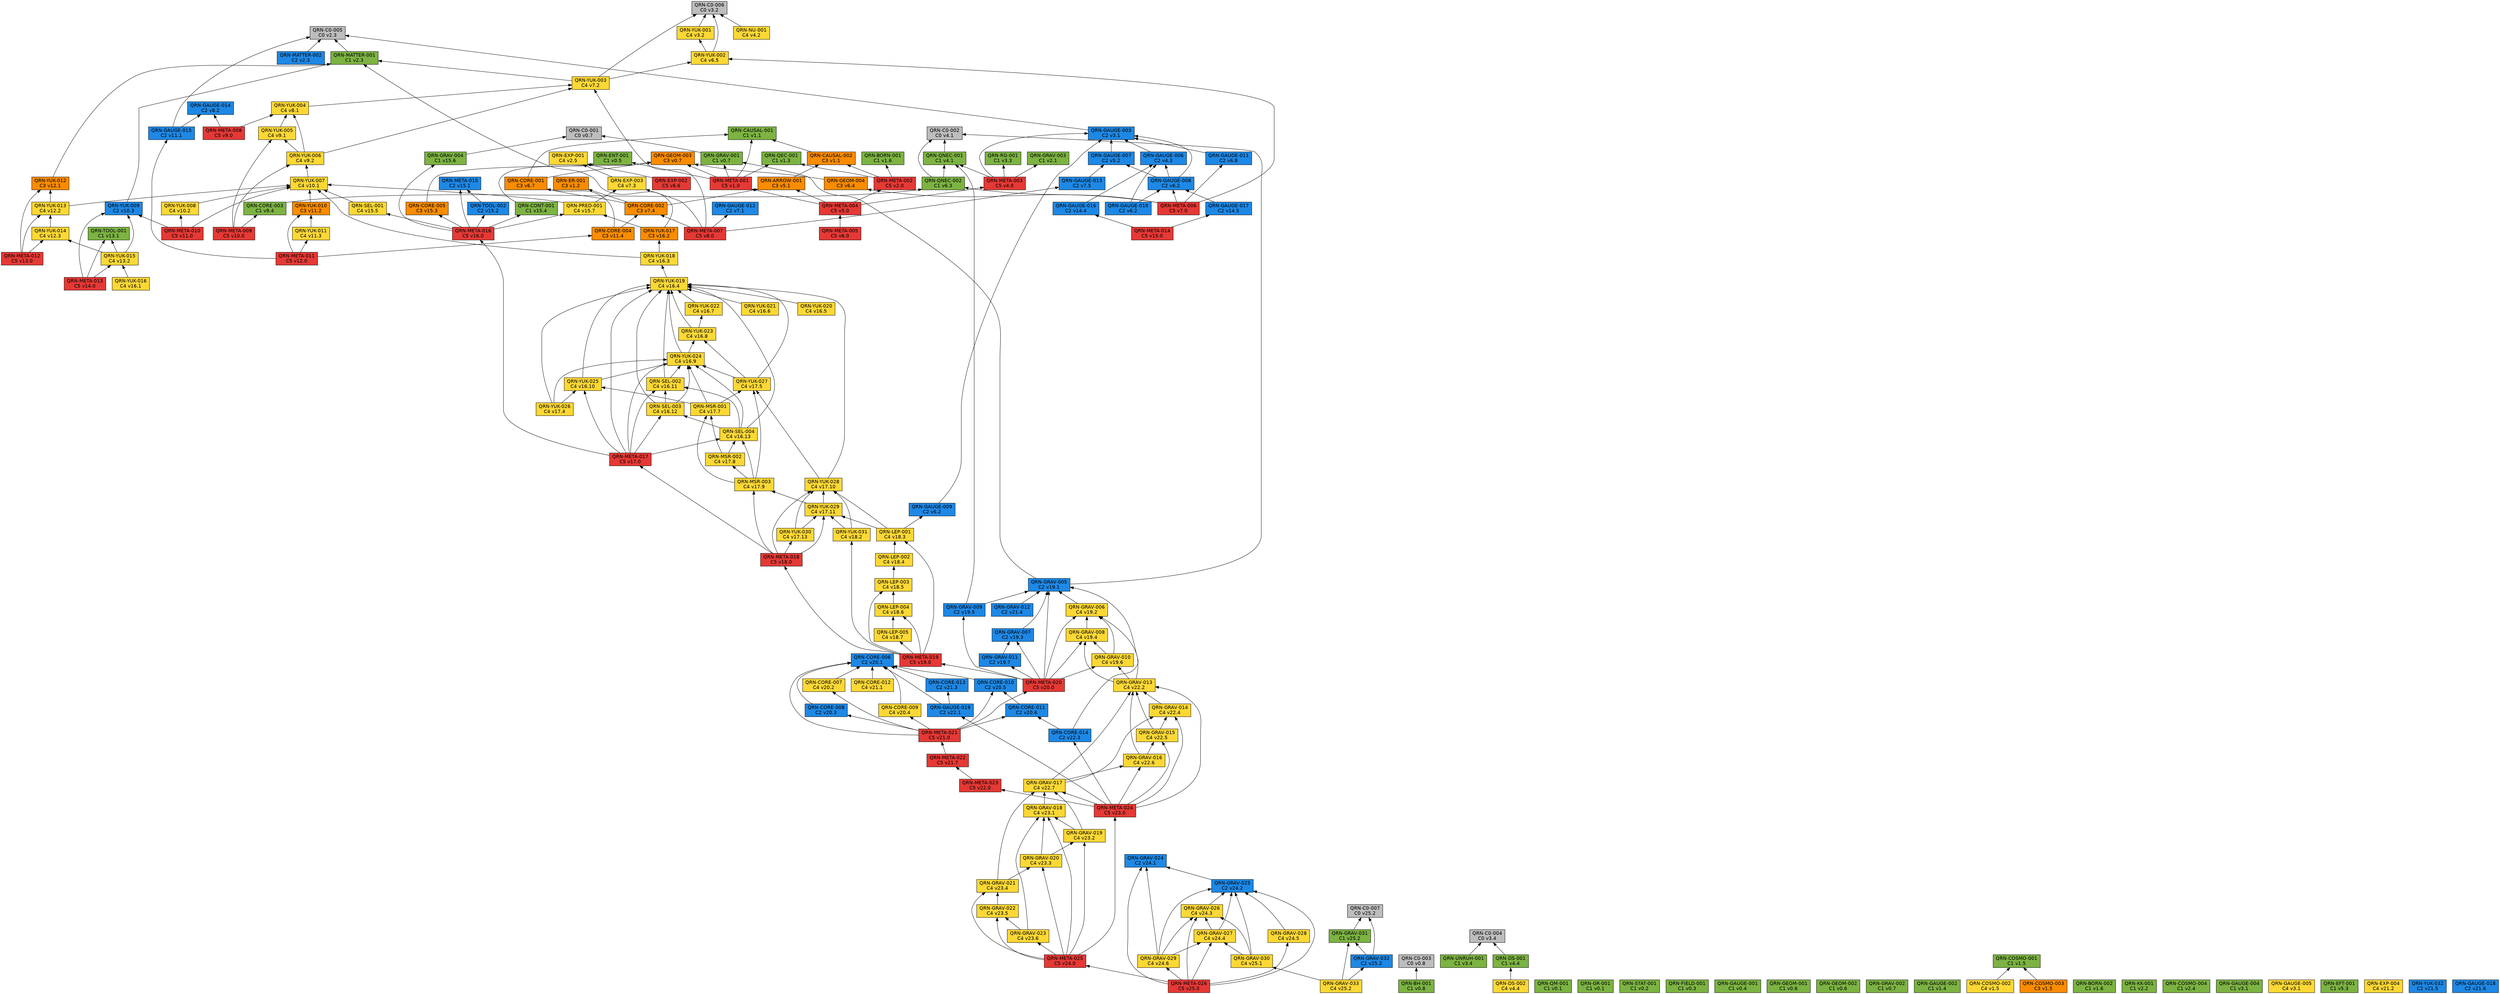
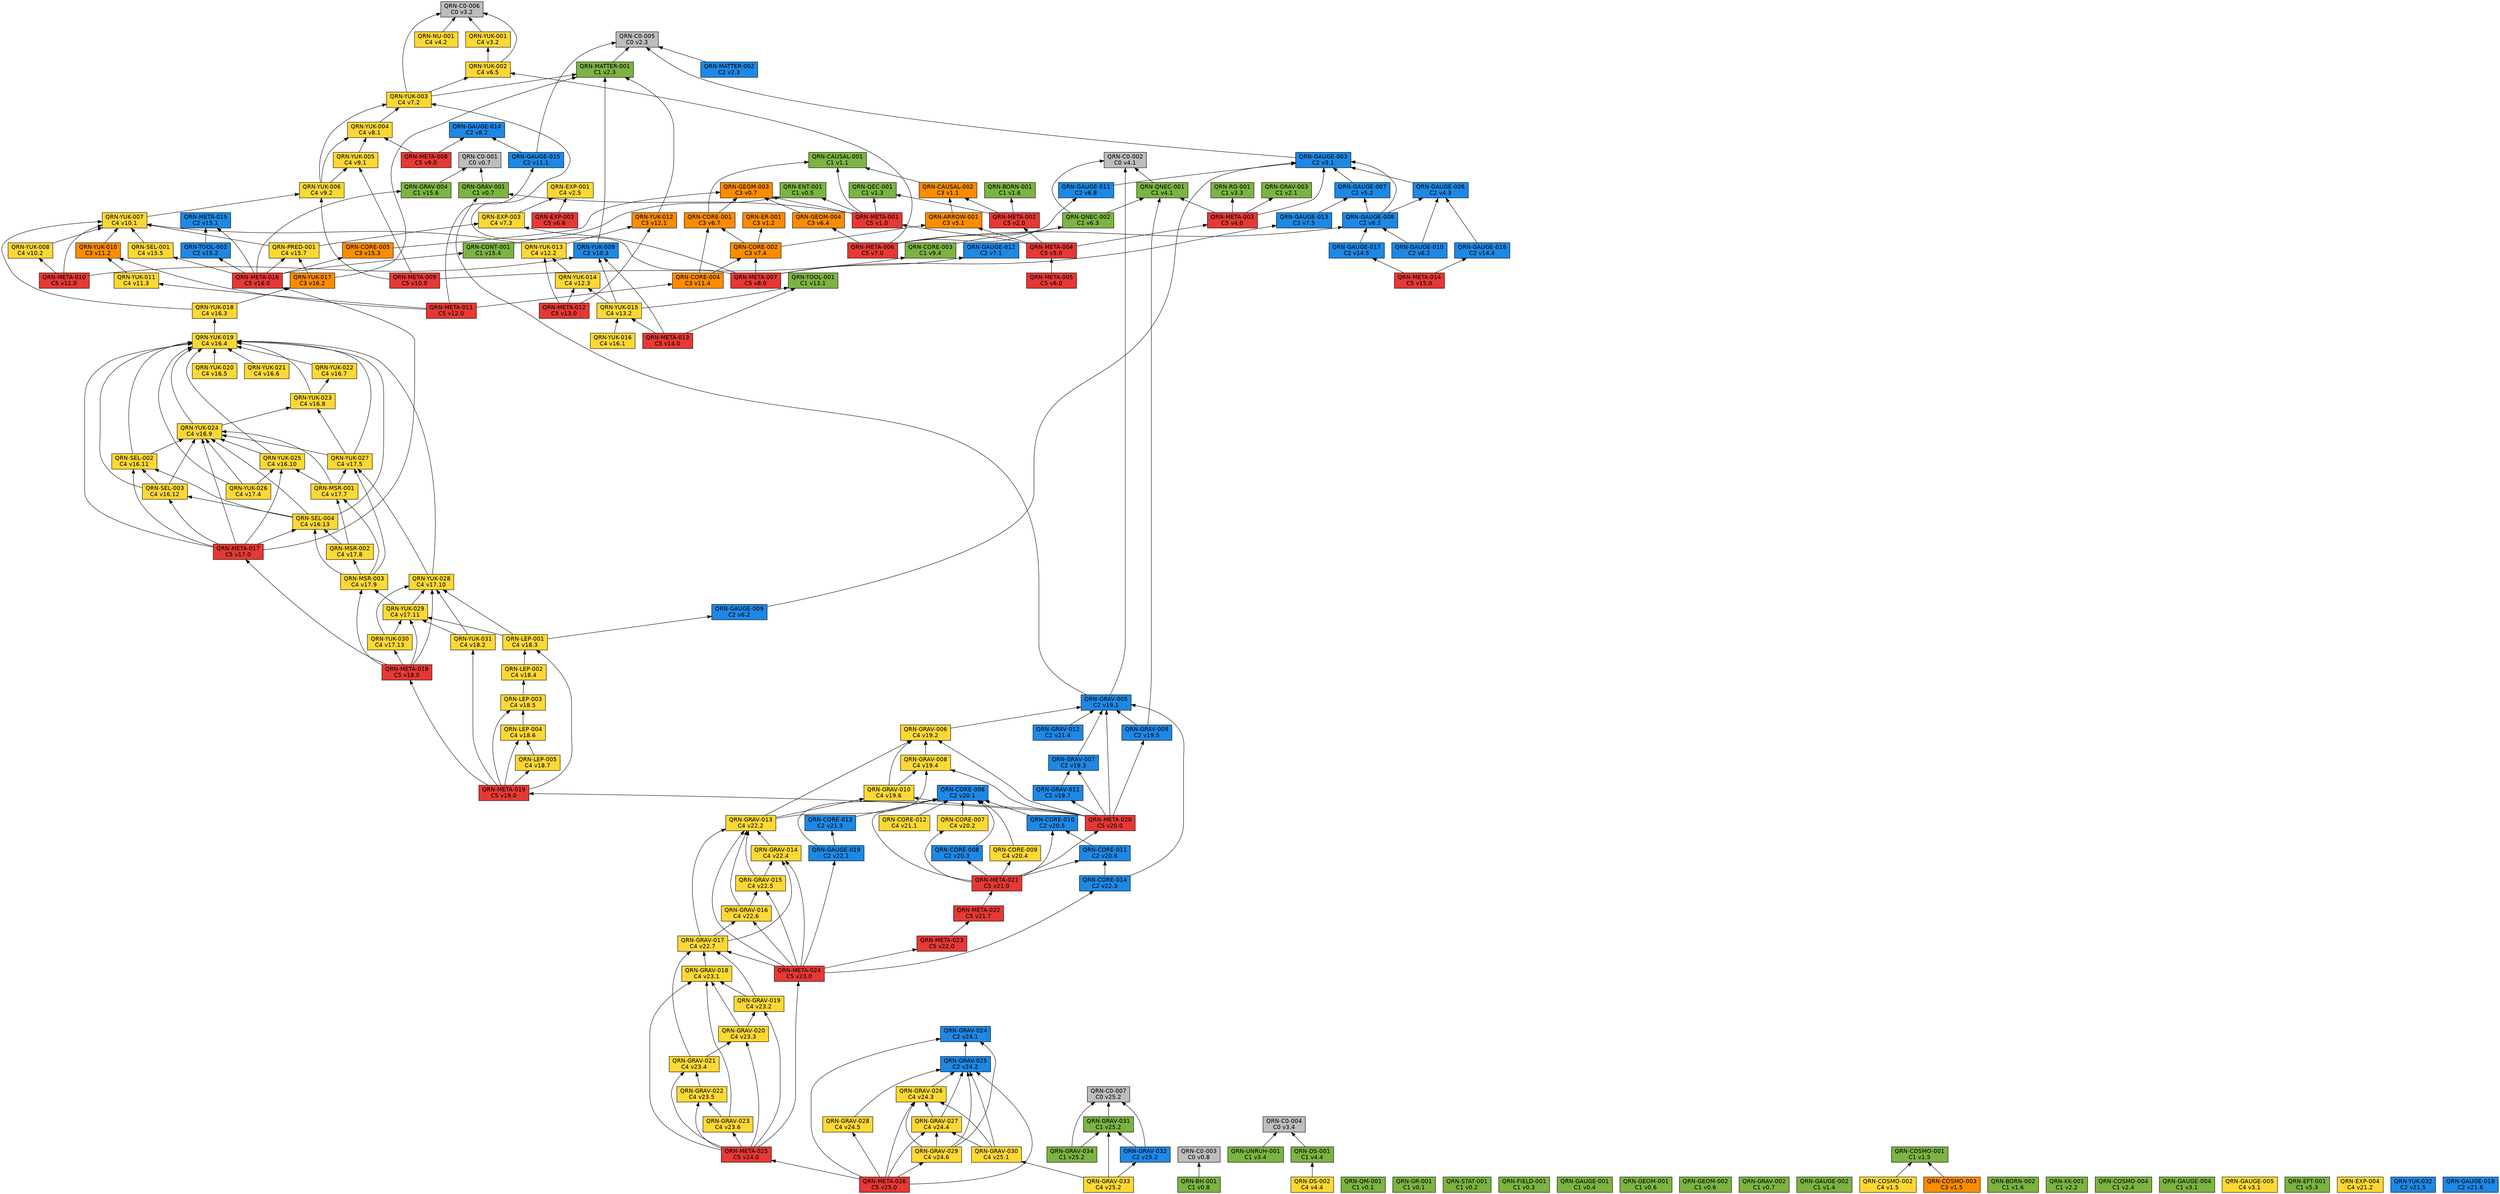
// 自動生成 (dag/report.pl) — QRN 主張依存グラフ
digraph qrn {
  rankdir=BT;
  node [shape=box, style=filled, fontname="Helvetica"];
  "QRN-C0-001" [fillcolor="#bdbdbd", label="QRN-C0-001\nC0 v0.7"];
  "QRN-C0-002" [fillcolor="#bdbdbd", label="QRN-C0-002\nC0 v4.1"];
  "QRN-C0-003" [fillcolor="#bdbdbd", label="QRN-C0-003\nC0 v0.8"];
  "QRN-C0-004" [fillcolor="#bdbdbd", label="QRN-C0-004\nC0 v3.4"];
  "QRN-C0-005" [fillcolor="#bdbdbd", label="QRN-C0-005\nC0 v2.3"];
  "QRN-C0-006" [fillcolor="#bdbdbd", label="QRN-C0-006\nC0 v3.2"];
  "QRN-QM-001" [fillcolor="#7cb342", label="QRN-QM-001\nC1 v0.1"];
  "QRN-GR-001" [fillcolor="#7cb342", label="QRN-GR-001\nC1 v0.1"];
  "QRN-STAT-001" [fillcolor="#7cb342", label="QRN-STAT-001\nC1 v0.2"];
  "QRN-FIELD-001" [fillcolor="#7cb342", label="QRN-FIELD-001\nC1 v0.3"];
  "QRN-GAUGE-001" [fillcolor="#7cb342", label="QRN-GAUGE-001\nC1 v0.4"];
  "QRN-ENT-001" [fillcolor="#7cb342", label="QRN-ENT-001\nC1 v0.5"];
  "QRN-GEOM-001" [fillcolor="#7cb342", label="QRN-GEOM-001\nC1 v0.6"];
  "QRN-GEOM-002" [fillcolor="#7cb342", label="QRN-GEOM-002\nC1 v0.6"];
  "QRN-GEOM-003" [fillcolor="#fb8c00", label="QRN-GEOM-003\nC3 v0.7"];
  "QRN-GRAV-001" [fillcolor="#7cb342", label="QRN-GRAV-001\nC1 v0.7"];
  "QRN-GRAV-002" [fillcolor="#7cb342", label="QRN-GRAV-002\nC1 v0.7"];
  "QRN-BH-001" [fillcolor="#7cb342", label="QRN-BH-001\nC1 v0.8"];
  "QRN-CAUSAL-001" [fillcolor="#7cb342", label="QRN-CAUSAL-001\nC1 v1.1"];
  "QRN-CAUSAL-002" [fillcolor="#fb8c00", label="QRN-CAUSAL-002\nC3 v1.1"];
  "QRN-ER-001" [fillcolor="#fb8c00", label="QRN-ER-001\nC3 v1.2"];
  "QRN-QEC-001" [fillcolor="#7cb342", label="QRN-QEC-001\nC1 v1.3"];
  "QRN-GAUGE-002" [fillcolor="#7cb342", label="QRN-GAUGE-002\nC1 v1.4"];
  "QRN-COSMO-001" [fillcolor="#7cb342", label="QRN-COSMO-001\nC1 v1.5"];
  "QRN-COSMO-002" [fillcolor="#fdd835", label="QRN-COSMO-002\nC4 v1.5"];
  "QRN-COSMO-003" [fillcolor="#fb8c00", label="QRN-COSMO-003\nC3 v1.5"];
  "QRN-BORN-001" [fillcolor="#7cb342", label="QRN-BORN-001\nC1 v1.6"];
  "QRN-BORN-002" [fillcolor="#7cb342", label="QRN-BORN-002\nC1 v1.6"];
  "QRN-GRAV-003" [fillcolor="#7cb342", label="QRN-GRAV-003\nC1 v2.1"];
  "QRN-KK-001" [fillcolor="#7cb342", label="QRN-KK-001\nC1 v2.2"];
  "QRN-MATTER-001" [fillcolor="#7cb342", label="QRN-MATTER-001\nC1 v2.3"];
  "QRN-MATTER-002" [fillcolor="#1e88e5", label="QRN-MATTER-002\nC2 v2.3"];
  "QRN-COSMO-004" [fillcolor="#7cb342", label="QRN-COSMO-004\nC1 v2.4"];
  "QRN-EXP-001" [fillcolor="#fdd835", label="QRN-EXP-001\nC4 v2.5"];
  "QRN-GAUGE-003" [fillcolor="#1e88e5", label="QRN-GAUGE-003\nC2 v3.1"];
  "QRN-GAUGE-004" [fillcolor="#7cb342", label="QRN-GAUGE-004\nC1 v3.1"];
  "QRN-GAUGE-005" [fillcolor="#fdd835", label="QRN-GAUGE-005\nC4 v3.1"];
  "QRN-YUK-001" [fillcolor="#fdd835", label="QRN-YUK-001\nC4 v3.2"];
  "QRN-RG-001" [fillcolor="#7cb342", label="QRN-RG-001\nC1 v3.3"];
  "QRN-UNRUH-001" [fillcolor="#7cb342", label="QRN-UNRUH-001\nC1 v3.4"];
  "QRN-QNEC-001" [fillcolor="#7cb342", label="QRN-QNEC-001\nC1 v4.1"];
  "QRN-NU-001" [fillcolor="#fdd835", label="QRN-NU-001\nC4 v4.2"];
  "QRN-GAUGE-006" [fillcolor="#1e88e5", label="QRN-GAUGE-006\nC2 v4.3"];
  "QRN-DS-001" [fillcolor="#7cb342", label="QRN-DS-001\nC1 v4.4"];
  "QRN-DS-002" [fillcolor="#fdd835", label="QRN-DS-002\nC4 v4.4"];
  "QRN-ARROW-001" [fillcolor="#fb8c00", label="QRN-ARROW-001\nC3 v5.1"];
  "QRN-GAUGE-007" [fillcolor="#1e88e5", label="QRN-GAUGE-007\nC2 v5.2"];
  "QRN-EFT-001" [fillcolor="#7cb342", label="QRN-EFT-001\nC1 v5.3"];
  "QRN-GAUGE-008" [fillcolor="#1e88e5", label="QRN-GAUGE-008\nC2 v6.2"];
  "QRN-GAUGE-009" [fillcolor="#1e88e5", label="QRN-GAUGE-009\nC2 v6.2"];
  "QRN-GAUGE-010" [fillcolor="#1e88e5", label="QRN-GAUGE-010\nC2 v6.2"];
  "QRN-QNEC-002" [fillcolor="#7cb342", label="QRN-QNEC-002\nC1 v6.3"];
  "QRN-GEOM-004" [fillcolor="#fb8c00", label="QRN-GEOM-004\nC3 v6.4"];
  "QRN-YUK-002" [fillcolor="#fdd835", label="QRN-YUK-002\nC4 v6.5"];
  "QRN-EXP-002" [fillcolor="#e53935", label="QRN-EXP-002\nC5 v6.6"];
  "QRN-CORE-001" [fillcolor="#fb8c00", label="QRN-CORE-001\nC3 v6.7"];
  "QRN-GAUGE-011" [fillcolor="#1e88e5", label="QRN-GAUGE-011\nC2 v6.8"];
  "QRN-GAUGE-012" [fillcolor="#1e88e5", label="QRN-GAUGE-012\nC2 v7.1"];
  "QRN-YUK-003" [fillcolor="#fdd835", label="QRN-YUK-003\nC4 v7.2"];
  "QRN-EXP-003" [fillcolor="#fdd835", label="QRN-EXP-003\nC4 v7.3"];
  "QRN-CORE-002" [fillcolor="#fb8c00", label="QRN-CORE-002\nC3 v7.4"];
  "QRN-GAUGE-013" [fillcolor="#1e88e5", label="QRN-GAUGE-013\nC2 v7.5"];
  "QRN-YUK-004" [fillcolor="#fdd835", label="QRN-YUK-004\nC4 v8.1"];
  "QRN-GAUGE-014" [fillcolor="#1e88e5", label="QRN-GAUGE-014\nC2 v8.2"];
  "QRN-META-001" [fillcolor="#e53935", label="QRN-META-001\nC5 v1.0"];
  "QRN-META-002" [fillcolor="#e53935", label="QRN-META-002\nC5 v2.0"];
  "QRN-META-003" [fillcolor="#e53935", label="QRN-META-003\nC5 v4.0"];
  "QRN-META-004" [fillcolor="#e53935", label="QRN-META-004\nC5 v5.0"];
  "QRN-META-005" [fillcolor="#e53935", label="QRN-META-005\nC5 v6.0"];
  "QRN-META-006" [fillcolor="#e53935", label="QRN-META-006\nC5 v7.0"];
  "QRN-META-007" [fillcolor="#e53935", label="QRN-META-007\nC5 v8.0"];
  "QRN-META-008" [fillcolor="#e53935", label="QRN-META-008\nC5 v9.0"];
  "QRN-YUK-005" [fillcolor="#fdd835", label="QRN-YUK-005\nC4 v9.1"];
  "QRN-YUK-006" [fillcolor="#fdd835", label="QRN-YUK-006\nC4 v9.2"];
  "QRN-CORE-003" [fillcolor="#7cb342", label="QRN-CORE-003\nC1 v9.4"];
  "QRN-META-009" [fillcolor="#e53935", label="QRN-META-009\nC5 v10.0"];
  "QRN-YUK-007" [fillcolor="#fdd835", label="QRN-YUK-007\nC4 v10.1"];
  "QRN-YUK-008" [fillcolor="#fdd835", label="QRN-YUK-008\nC4 v10.2"];
  "QRN-YUK-009" [fillcolor="#1e88e5", label="QRN-YUK-009\nC2 v10.3"];
  "QRN-META-010" [fillcolor="#e53935", label="QRN-META-010\nC5 v11.0"];
  "QRN-GAUGE-015" [fillcolor="#1e88e5", label="QRN-GAUGE-015\nC2 v11.1"];
  "QRN-YUK-010" [fillcolor="#fb8c00", label="QRN-YUK-010\nC3 v11.2"];
  "QRN-YUK-011" [fillcolor="#fdd835", label="QRN-YUK-011\nC4 v11.3"];
  "QRN-CORE-004" [fillcolor="#fb8c00", label="QRN-CORE-004\nC3 v11.4"];
  "QRN-META-011" [fillcolor="#e53935", label="QRN-META-011\nC5 v12.0"];
  "QRN-YUK-012" [fillcolor="#fb8c00", label="QRN-YUK-012\nC3 v12.1"];
  "QRN-YUK-013" [fillcolor="#fdd835", label="QRN-YUK-013\nC4 v12.2"];
  "QRN-YUK-014" [fillcolor="#fdd835", label="QRN-YUK-014\nC4 v12.3"];
  "QRN-META-012" [fillcolor="#e53935", label="QRN-META-012\nC5 v13.0"];
  "QRN-TOOL-001" [fillcolor="#7cb342", label="QRN-TOOL-001\nC1 v13.1"];
  "QRN-YUK-015" [fillcolor="#fdd835", label="QRN-YUK-015\nC4 v13.2"];
  "QRN-META-013" [fillcolor="#e53935", label="QRN-META-013\nC5 v14.0"];
  "QRN-GAUGE-016" [fillcolor="#1e88e5", label="QRN-GAUGE-016\nC2 v14.4"];
  "QRN-GAUGE-017" [fillcolor="#1e88e5", label="QRN-GAUGE-017\nC2 v14.5"];
  "QRN-META-014" [fillcolor="#e53935", label="QRN-META-014\nC5 v15.0"];
  "QRN-META-015" [fillcolor="#1e88e5", label="QRN-META-015\nC2 v15.1"];
  "QRN-TOOL-002" [fillcolor="#1e88e5", label="QRN-TOOL-002\nC2 v15.2"];
  "QRN-CORE-005" [fillcolor="#fb8c00", label="QRN-CORE-005\nC3 v15.3"];
  "QRN-CONT-001" [fillcolor="#7cb342", label="QRN-CONT-001\nC1 v15.4"];
  "QRN-SEL-001" [fillcolor="#fdd835", label="QRN-SEL-001\nC4 v15.5"];
  "QRN-GRAV-004" [fillcolor="#7cb342", label="QRN-GRAV-004\nC1 v15.6"];
  "QRN-PRED-001" [fillcolor="#fdd835", label="QRN-PRED-001\nC4 v15.7"];
  "QRN-META-016" [fillcolor="#e53935", label="QRN-META-016\nC5 v16.0"];
  "QRN-YUK-016" [fillcolor="#fdd835", label="QRN-YUK-016\nC4 v16.1"];
  "QRN-YUK-017" [fillcolor="#fb8c00", label="QRN-YUK-017\nC3 v16.2"];
  "QRN-YUK-018" [fillcolor="#fdd835", label="QRN-YUK-018\nC4 v16.3"];
  "QRN-YUK-019" [fillcolor="#fdd835", label="QRN-YUK-019\nC4 v16.4"];
  "QRN-YUK-020" [fillcolor="#fdd835", label="QRN-YUK-020\nC4 v16.5"];
  "QRN-YUK-021" [fillcolor="#fdd835", label="QRN-YUK-021\nC4 v16.6"];
  "QRN-YUK-022" [fillcolor="#fdd835", label="QRN-YUK-022\nC4 v16.7"];
  "QRN-YUK-023" [fillcolor="#fdd835", label="QRN-YUK-023\nC4 v16.8"];
  "QRN-YUK-024" [fillcolor="#fdd835", label="QRN-YUK-024\nC4 v16.9"];
  "QRN-YUK-025" [fillcolor="#fdd835", label="QRN-YUK-025\nC4 v16.10"];
  "QRN-SEL-002" [fillcolor="#fdd835", label="QRN-SEL-002\nC4 v16.11"];
  "QRN-SEL-003" [fillcolor="#fdd835", label="QRN-SEL-003\nC4 v16.12"];
  "QRN-SEL-004" [fillcolor="#fdd835", label="QRN-SEL-004\nC4 v16.13"];
  "QRN-META-017" [fillcolor="#e53935", label="QRN-META-017\nC5 v17.0"];
  "QRN-YUK-026" [fillcolor="#fdd835", label="QRN-YUK-026\nC4 v17.4"];
  "QRN-YUK-027" [fillcolor="#fdd835", label="QRN-YUK-027\nC4 v17.5"];
  "QRN-MSR-001" [fillcolor="#fdd835", label="QRN-MSR-001\nC4 v17.7"];
  "QRN-MSR-002" [fillcolor="#fdd835", label="QRN-MSR-002\nC4 v17.8"];
  "QRN-MSR-003" [fillcolor="#fdd835", label="QRN-MSR-003\nC4 v17.9"];
  "QRN-YUK-028" [fillcolor="#fdd835", label="QRN-YUK-028\nC4 v17.10"];
  "QRN-YUK-029" [fillcolor="#fdd835", label="QRN-YUK-029\nC4 v17.11"];
  "QRN-YUK-030" [fillcolor="#fdd835", label="QRN-YUK-030\nC4 v17.13"];
  "QRN-META-018" [fillcolor="#e53935", label="QRN-META-018\nC5 v18.0"];
  "QRN-YUK-031" [fillcolor="#fdd835", label="QRN-YUK-031\nC4 v18.2"];
  "QRN-LEP-001" [fillcolor="#fdd835", label="QRN-LEP-001\nC4 v18.3"];
  "QRN-LEP-002" [fillcolor="#fdd835", label="QRN-LEP-002\nC4 v18.4"];
  "QRN-LEP-003" [fillcolor="#fdd835", label="QRN-LEP-003\nC4 v18.5"];
  "QRN-LEP-004" [fillcolor="#fdd835", label="QRN-LEP-004\nC4 v18.6"];
  "QRN-LEP-005" [fillcolor="#fdd835", label="QRN-LEP-005\nC4 v18.7"];
  "QRN-META-019" [fillcolor="#e53935", label="QRN-META-019\nC5 v19.0"];
  "QRN-GRAV-005" [fillcolor="#1e88e5", label="QRN-GRAV-005\nC2 v19.1"];
  "QRN-GRAV-006" [fillcolor="#fdd835", label="QRN-GRAV-006\nC4 v19.2"];
  "QRN-GRAV-007" [fillcolor="#1e88e5", label="QRN-GRAV-007\nC2 v19.3"];
  "QRN-GRAV-008" [fillcolor="#fdd835", label="QRN-GRAV-008\nC4 v19.4"];
  "QRN-GRAV-009" [fillcolor="#1e88e5", label="QRN-GRAV-009\nC2 v19.5"];
  "QRN-GRAV-010" [fillcolor="#fdd835", label="QRN-GRAV-010\nC4 v19.6"];
  "QRN-GRAV-011" [fillcolor="#1e88e5", label="QRN-GRAV-011\nC2 v19.7"];
  "QRN-META-020" [fillcolor="#e53935", label="QRN-META-020\nC5 v20.0"];
  "QRN-CORE-006" [fillcolor="#1e88e5", label="QRN-CORE-006\nC2 v20.1"];
  "QRN-CORE-007" [fillcolor="#fdd835", label="QRN-CORE-007\nC4 v20.2"];
  "QRN-CORE-008" [fillcolor="#1e88e5", label="QRN-CORE-008\nC2 v20.3"];
  "QRN-CORE-009" [fillcolor="#fdd835", label="QRN-CORE-009\nC4 v20.4"];
  "QRN-CORE-010" [fillcolor="#1e88e5", label="QRN-CORE-010\nC2 v20.5"];
  "QRN-CORE-011" [fillcolor="#1e88e5", label="QRN-CORE-011\nC2 v20.6"];
  "QRN-META-021" [fillcolor="#e53935", label="QRN-META-021\nC5 v21.0"];
  "QRN-CORE-012" [fillcolor="#fdd835", label="QRN-CORE-012\nC4 v21.1"];
  "QRN-EXP-004" [fillcolor="#fdd835", label="QRN-EXP-004\nC4 v21.2"];
  "QRN-CORE-013" [fillcolor="#1e88e5", label="QRN-CORE-013\nC2 v21.3"];
  "QRN-GRAV-012" [fillcolor="#1e88e5", label="QRN-GRAV-012\nC2 v21.4"];
  "QRN-YUK-032" [fillcolor="#1e88e5", label="QRN-YUK-032\nC2 v21.5"];
  "QRN-GAUGE-018" [fillcolor="#1e88e5", label="QRN-GAUGE-018\nC2 v21.6"];
  "QRN-META-022" [fillcolor="#e53935", label="QRN-META-022\nC5 v21.7"];
  "QRN-META-023" [fillcolor="#e53935", label="QRN-META-023\nC5 v22.0"];
  "QRN-CORE-014" [fillcolor="#1e88e5", label="QRN-CORE-014\nC2 v22.3"];
  "QRN-GRAV-013" [fillcolor="#fdd835", label="QRN-GRAV-013\nC4 v22.2"];
  "QRN-GRAV-014" [fillcolor="#fdd835", label="QRN-GRAV-014\nC4 v22.4"];
  "QRN-GRAV-015" [fillcolor="#fdd835", label="QRN-GRAV-015\nC4 v22.5"];
  "QRN-GRAV-016" [fillcolor="#fdd835", label="QRN-GRAV-016\nC4 v22.6"];
  "QRN-GRAV-017" [fillcolor="#fdd835", label="QRN-GRAV-017\nC4 v22.7"];
  "QRN-GAUGE-019" [fillcolor="#1e88e5", label="QRN-GAUGE-019\nC2 v22.1"];
  "QRN-META-024" [fillcolor="#e53935", label="QRN-META-024\nC5 v23.0"];
  "QRN-GRAV-018" [fillcolor="#fdd835", label="QRN-GRAV-018\nC4 v23.1"];
  "QRN-GRAV-019" [fillcolor="#fdd835", label="QRN-GRAV-019\nC4 v23.2"];
  "QRN-GRAV-020" [fillcolor="#fdd835", label="QRN-GRAV-020\nC4 v23.3"];
  "QRN-GRAV-021" [fillcolor="#fdd835", label="QRN-GRAV-021\nC4 v23.4"];
  "QRN-GRAV-022" [fillcolor="#fdd835", label="QRN-GRAV-022\nC4 v23.5"];
  "QRN-GRAV-023" [fillcolor="#fdd835", label="QRN-GRAV-023\nC4 v23.6"];
  "QRN-META-025" [fillcolor="#e53935", label="QRN-META-025\nC5 v24.0"];
  "QRN-GRAV-024" [fillcolor="#1e88e5", label="QRN-GRAV-024\nC2 v24.1"];
  "QRN-GRAV-025" [fillcolor="#1e88e5", label="QRN-GRAV-025\nC2 v24.2"];
  "QRN-GRAV-026" [fillcolor="#fdd835", label="QRN-GRAV-026\nC4 v24.3"];
  "QRN-GRAV-027" [fillcolor="#fdd835", label="QRN-GRAV-027\nC4 v24.4"];
  "QRN-GRAV-028" [fillcolor="#fdd835", label="QRN-GRAV-028\nC4 v24.5"];
  "QRN-GRAV-029" [fillcolor="#fdd835", label="QRN-GRAV-029\nC4 v24.6"];
  "QRN-META-026" [fillcolor="#e53935", label="QRN-META-026\nC5 v25.0"];
  "QRN-GRAV-030" [fillcolor="#fdd835", label="QRN-GRAV-030\nC4 v25.1"];
  "QRN-C0-007" [fillcolor="#bdbdbd", label="QRN-C0-007\nC0 v25.2"];
  "QRN-GRAV-031" [fillcolor="#7cb342", label="QRN-GRAV-031\nC1 v25.2"];
  "QRN-GRAV-032" [fillcolor="#1e88e5", label="QRN-GRAV-032\nC2 v25.2"];
  "QRN-GRAV-033" [fillcolor="#fdd835", label="QRN-GRAV-033\nC4 v25.2"];
+   "QRN-GRAV-034" [fillcolor="#7cb342", label="QRN-GRAV-034\nC1 v25.2"];
  "QRN-GRAV-001" -> "QRN-C0-001";
  "QRN-BH-001" -> "QRN-C0-003";
  "QRN-CAUSAL-002" -> "QRN-CAUSAL-001";
  "QRN-COSMO-002" -> "QRN-COSMO-001";
  "QRN-COSMO-003" -> "QRN-COSMO-001";
  "QRN-MATTER-001" -> "QRN-C0-005";
  "QRN-MATTER-002" -> "QRN-C0-005";
  "QRN-GAUGE-003" -> "QRN-C0-005";
  "QRN-YUK-001" -> "QRN-C0-006";
  "QRN-UNRUH-001" -> "QRN-C0-004";
  "QRN-QNEC-001" -> "QRN-C0-002";
  "QRN-NU-001" -> "QRN-C0-006";
  "QRN-GAUGE-006" -> "QRN-GAUGE-003";
  "QRN-DS-001" -> "QRN-C0-004";
  "QRN-DS-002" -> "QRN-DS-001";
  "QRN-ARROW-001" -> "QRN-CAUSAL-002";
  "QRN-GAUGE-007" -> "QRN-GAUGE-003";
  "QRN-GAUGE-008" -> "QRN-GAUGE-003";
  "QRN-GAUGE-008" -> "QRN-GAUGE-006";
  "QRN-GAUGE-008" -> "QRN-GAUGE-007";
  "QRN-GAUGE-009" -> "QRN-GAUGE-003";
  "QRN-GAUGE-010" -> "QRN-GAUGE-006";
  "QRN-GAUGE-010" -> "QRN-GAUGE-008";
  "QRN-QNEC-002" -> "QRN-C0-002";
  "QRN-QNEC-002" -> "QRN-QNEC-001";
  "QRN-GEOM-004" -> "QRN-GEOM-003";
  "QRN-YUK-002" -> "QRN-C0-006";
  "QRN-YUK-002" -> "QRN-YUK-001";
  "QRN-EXP-002" -> "QRN-EXP-001";
  "QRN-CORE-001" -> "QRN-GEOM-003";
  "QRN-CORE-001" -> "QRN-CAUSAL-001";
  "QRN-GAUGE-011" -> "QRN-GAUGE-003";
  "QRN-YUK-003" -> "QRN-C0-006";
  "QRN-YUK-003" -> "QRN-MATTER-001";
  "QRN-YUK-003" -> "QRN-YUK-002";
  "QRN-EXP-003" -> "QRN-EXP-001";
  "QRN-CORE-002" -> "QRN-CORE-001";
  "QRN-CORE-002" -> "QRN-ER-001";
  "QRN-CORE-002" -> "QRN-ARROW-001";
  "QRN-GAUGE-013" -> "QRN-GAUGE-007";
  "QRN-YUK-004" -> "QRN-YUK-003";
  "QRN-META-001" -> "QRN-GEOM-003";
  "QRN-META-001" -> "QRN-GRAV-001";
  "QRN-META-001" -> "QRN-CAUSAL-001";
  "QRN-META-001" -> "QRN-QEC-001";
  "QRN-META-001" -> "QRN-ENT-001";
  "QRN-META-002" -> "QRN-QEC-001";
  "QRN-META-002" -> "QRN-BORN-001";
  "QRN-META-002" -> "QRN-CAUSAL-002";
  "QRN-META-003" -> "QRN-GAUGE-003";
  "QRN-META-003" -> "QRN-RG-001";
  "QRN-META-003" -> "QRN-QNEC-001";
  "QRN-META-003" -> "QRN-GRAV-003";
  "QRN-META-004" -> "QRN-META-001";
  "QRN-META-004" -> "QRN-META-002";
  "QRN-META-004" -> "QRN-META-003";
  "QRN-META-004" -> "QRN-ARROW-001";
  "QRN-META-005" -> "QRN-META-004";
  "QRN-META-006" -> "QRN-GAUGE-008";
  "QRN-META-006" -> "QRN-QNEC-002";
  "QRN-META-006" -> "QRN-GEOM-004";
  "QRN-META-006" -> "QRN-YUK-002";
  "QRN-META-006" -> "QRN-GAUGE-011";
  "QRN-META-007" -> "QRN-GAUGE-012";
  "QRN-META-007" -> "QRN-YUK-003";
  "QRN-META-007" -> "QRN-EXP-003";
  "QRN-META-007" -> "QRN-CORE-002";
  "QRN-META-007" -> "QRN-GAUGE-013";
  "QRN-META-008" -> "QRN-YUK-004";
  "QRN-META-008" -> "QRN-GAUGE-014";
  "QRN-YUK-005" -> "QRN-YUK-004";
  "QRN-YUK-006" -> "QRN-YUK-003";
  "QRN-YUK-006" -> "QRN-YUK-004";
  "QRN-YUK-006" -> "QRN-YUK-005";
  "QRN-CORE-003" -> "QRN-QNEC-002";
  "QRN-META-009" -> "QRN-YUK-005";
  "QRN-META-009" -> "QRN-YUK-006";
  "QRN-META-009" -> "QRN-CORE-003";
  "QRN-YUK-007" -> "QRN-YUK-006";
  "QRN-YUK-008" -> "QRN-YUK-007";
  "QRN-YUK-009" -> "QRN-MATTER-001";
  "QRN-META-010" -> "QRN-YUK-007";
  "QRN-META-010" -> "QRN-YUK-008";
  "QRN-META-010" -> "QRN-YUK-009";
  "QRN-GAUGE-015" -> "QRN-C0-005";
  "QRN-GAUGE-015" -> "QRN-GAUGE-014";
  "QRN-YUK-010" -> "QRN-YUK-007";
  "QRN-YUK-011" -> "QRN-YUK-010";
  "QRN-CORE-004" -> "QRN-CORE-001";
  "QRN-CORE-004" -> "QRN-CORE-002";
  "QRN-META-011" -> "QRN-GAUGE-015";
  "QRN-META-011" -> "QRN-YUK-010";
  "QRN-META-011" -> "QRN-YUK-011";
  "QRN-META-011" -> "QRN-CORE-004";
  "QRN-YUK-012" -> "QRN-MATTER-001";
  "QRN-YUK-013" -> "QRN-YUK-012";
  "QRN-YUK-013" -> "QRN-YUK-007";
  "QRN-YUK-014" -> "QRN-YUK-013";
  "QRN-META-012" -> "QRN-YUK-012";
  "QRN-META-012" -> "QRN-YUK-013";
  "QRN-META-012" -> "QRN-YUK-014";
  "QRN-YUK-015" -> "QRN-YUK-014";
  "QRN-YUK-015" -> "QRN-TOOL-001";
  "QRN-YUK-015" -> "QRN-YUK-009";
  "QRN-META-013" -> "QRN-YUK-015";
  "QRN-META-013" -> "QRN-TOOL-001";
  "QRN-META-013" -> "QRN-YUK-009";
  "QRN-GAUGE-016" -> "QRN-GAUGE-006";
  "QRN-GAUGE-017" -> "QRN-GAUGE-008";
  "QRN-META-014" -> "QRN-GAUGE-016";
  "QRN-META-014" -> "QRN-GAUGE-017";
  "QRN-TOOL-002" -> "QRN-META-015";
  "QRN-CORE-005" -> "QRN-GEOM-003";
  "QRN-CONT-001" -> "QRN-ENT-001";
  "QRN-SEL-001" -> "QRN-YUK-007";
  "QRN-GRAV-004" -> "QRN-C0-001";
  "QRN-PRED-001" -> "QRN-YUK-007";
  "QRN-PRED-001" -> "QRN-EXP-003";
  "QRN-META-016" -> "QRN-META-015";
  "QRN-META-016" -> "QRN-TOOL-002";
  "QRN-META-016" -> "QRN-CORE-005";
  "QRN-META-016" -> "QRN-CONT-001";
  "QRN-META-016" -> "QRN-SEL-001";
  "QRN-META-016" -> "QRN-GRAV-004";
  "QRN-META-016" -> "QRN-PRED-001";
  "QRN-YUK-016" -> "QRN-YUK-015";
  "QRN-YUK-017" -> "QRN-MATTER-001";
  "QRN-YUK-017" -> "QRN-PRED-001";
  "QRN-YUK-018" -> "QRN-YUK-017";
  "QRN-YUK-018" -> "QRN-YUK-007";
  "QRN-YUK-019" -> "QRN-YUK-018";
  "QRN-YUK-020" -> "QRN-YUK-019";
  "QRN-YUK-021" -> "QRN-YUK-019";
  "QRN-YUK-022" -> "QRN-YUK-019";
  "QRN-YUK-023" -> "QRN-YUK-019";
  "QRN-YUK-023" -> "QRN-YUK-022";
  "QRN-YUK-024" -> "QRN-YUK-019";
  "QRN-YUK-024" -> "QRN-YUK-023";
  "QRN-YUK-025" -> "QRN-YUK-019";
  "QRN-YUK-025" -> "QRN-YUK-024";
  "QRN-SEL-002" -> "QRN-YUK-019";
  "QRN-SEL-002" -> "QRN-YUK-024";
  "QRN-SEL-003" -> "QRN-YUK-019";
  "QRN-SEL-003" -> "QRN-YUK-024";
  "QRN-SEL-003" -> "QRN-SEL-002";
  "QRN-SEL-004" -> "QRN-YUK-019";
  "QRN-SEL-004" -> "QRN-YUK-024";
  "QRN-SEL-004" -> "QRN-SEL-002";
  "QRN-SEL-004" -> "QRN-SEL-003";
  "QRN-META-017" -> "QRN-META-016";
  "QRN-META-017" -> "QRN-YUK-019";
  "QRN-META-017" -> "QRN-YUK-024";
  "QRN-META-017" -> "QRN-YUK-025";
  "QRN-META-017" -> "QRN-SEL-002";
  "QRN-META-017" -> "QRN-SEL-003";
  "QRN-META-017" -> "QRN-SEL-004";
  "QRN-YUK-026" -> "QRN-YUK-019";
  "QRN-YUK-026" -> "QRN-YUK-024";
  "QRN-YUK-026" -> "QRN-YUK-025";
  "QRN-YUK-027" -> "QRN-YUK-019";
  "QRN-YUK-027" -> "QRN-YUK-023";
  "QRN-YUK-027" -> "QRN-YUK-024";
  "QRN-MSR-001" -> "QRN-YUK-024";
  "QRN-MSR-001" -> "QRN-YUK-025";
  "QRN-MSR-001" -> "QRN-YUK-027";
  "QRN-MSR-002" -> "QRN-SEL-004";
  "QRN-MSR-002" -> "QRN-MSR-001";
  "QRN-MSR-003" -> "QRN-MSR-001";
  "QRN-MSR-003" -> "QRN-MSR-002";
  "QRN-MSR-003" -> "QRN-SEL-004";
  "QRN-MSR-003" -> "QRN-YUK-027";
  "QRN-YUK-028" -> "QRN-YUK-019";
  "QRN-YUK-028" -> "QRN-YUK-027";
  "QRN-YUK-029" -> "QRN-YUK-028";
  "QRN-YUK-029" -> "QRN-MSR-003";
  "QRN-YUK-030" -> "QRN-YUK-028";
  "QRN-YUK-030" -> "QRN-YUK-029";
  "QRN-META-018" -> "QRN-META-017";
  "QRN-META-018" -> "QRN-MSR-003";
  "QRN-META-018" -> "QRN-YUK-028";
  "QRN-META-018" -> "QRN-YUK-029";
  "QRN-META-018" -> "QRN-YUK-030";
  "QRN-YUK-031" -> "QRN-YUK-028";
  "QRN-YUK-031" -> "QRN-YUK-029";
  "QRN-LEP-001" -> "QRN-YUK-028";
  "QRN-LEP-001" -> "QRN-YUK-029";
  "QRN-LEP-001" -> "QRN-GAUGE-009";
  "QRN-LEP-002" -> "QRN-LEP-001";
  "QRN-LEP-003" -> "QRN-LEP-002";
  "QRN-LEP-004" -> "QRN-LEP-003";
  "QRN-LEP-005" -> "QRN-LEP-004";
  "QRN-META-019" -> "QRN-META-018";
  "QRN-META-019" -> "QRN-YUK-031";
  "QRN-META-019" -> "QRN-LEP-001";
  "QRN-META-019" -> "QRN-LEP-003";
  "QRN-META-019" -> "QRN-LEP-004";
  "QRN-META-019" -> "QRN-LEP-005";
  "QRN-GRAV-005" -> "QRN-C0-002";
  "QRN-GRAV-005" -> "QRN-GRAV-001";
  "QRN-GRAV-006" -> "QRN-GRAV-005";
  "QRN-GRAV-007" -> "QRN-GRAV-005";
  "QRN-GRAV-008" -> "QRN-GRAV-006";
  "QRN-GRAV-009" -> "QRN-GRAV-005";
  "QRN-GRAV-009" -> "QRN-QNEC-001";
  "QRN-GRAV-010" -> "QRN-GRAV-006";
  "QRN-GRAV-010" -> "QRN-GRAV-008";
  "QRN-GRAV-011" -> "QRN-GRAV-007";
  "QRN-META-020" -> "QRN-META-019";
  "QRN-META-020" -> "QRN-GRAV-005";
  "QRN-META-020" -> "QRN-GRAV-006";
  "QRN-META-020" -> "QRN-GRAV-007";
  "QRN-META-020" -> "QRN-GRAV-008";
  "QRN-META-020" -> "QRN-GRAV-009";
  "QRN-META-020" -> "QRN-GRAV-010";
  "QRN-META-020" -> "QRN-GRAV-011";
  "QRN-CORE-007" -> "QRN-CORE-006";
  "QRN-CORE-008" -> "QRN-CORE-006";
  "QRN-CORE-009" -> "QRN-CORE-006";
  "QRN-CORE-010" -> "QRN-CORE-006";
  "QRN-CORE-011" -> "QRN-CORE-010";
  "QRN-META-021" -> "QRN-META-020";
  "QRN-META-021" -> "QRN-CORE-006";
  "QRN-META-021" -> "QRN-CORE-007";
  "QRN-META-021" -> "QRN-CORE-008";
  "QRN-META-021" -> "QRN-CORE-009";
  "QRN-META-021" -> "QRN-CORE-010";
  "QRN-META-021" -> "QRN-CORE-011";
  "QRN-CORE-012" -> "QRN-CORE-006";
  "QRN-CORE-013" -> "QRN-CORE-006";
  "QRN-GRAV-012" -> "QRN-GRAV-005";
  "QRN-META-022" -> "QRN-META-021";
  "QRN-META-023" -> "QRN-META-022";
  "QRN-CORE-014" -> "QRN-CORE-011";
  "QRN-CORE-014" -> "QRN-GRAV-005";
  "QRN-GRAV-013" -> "QRN-GRAV-006";
  "QRN-GRAV-013" -> "QRN-GRAV-008";
  "QRN-GRAV-013" -> "QRN-GRAV-010";
  "QRN-GRAV-014" -> "QRN-GRAV-013";
  "QRN-GRAV-015" -> "QRN-GRAV-013";
  "QRN-GRAV-015" -> "QRN-GRAV-014";
  "QRN-GRAV-016" -> "QRN-GRAV-013";
  "QRN-GRAV-016" -> "QRN-GRAV-015";
  "QRN-GRAV-017" -> "QRN-GRAV-013";
  "QRN-GRAV-017" -> "QRN-GRAV-014";
  "QRN-GRAV-017" -> "QRN-GRAV-016";
  "QRN-GAUGE-019" -> "QRN-CORE-006";
  "QRN-GAUGE-019" -> "QRN-CORE-013";
  "QRN-META-024" -> "QRN-CORE-014";
  "QRN-META-024" -> "QRN-GRAV-013";
  "QRN-META-024" -> "QRN-GRAV-014";
  "QRN-META-024" -> "QRN-GRAV-015";
  "QRN-META-024" -> "QRN-GRAV-016";
  "QRN-META-024" -> "QRN-GRAV-017";
  "QRN-META-024" -> "QRN-GAUGE-019";
  "QRN-META-024" -> "QRN-META-023";
  "QRN-GRAV-018" -> "QRN-GRAV-017";
  "QRN-GRAV-019" -> "QRN-GRAV-017";
  "QRN-GRAV-019" -> "QRN-GRAV-018";
  "QRN-GRAV-020" -> "QRN-GRAV-018";
  "QRN-GRAV-020" -> "QRN-GRAV-019";
  "QRN-GRAV-021" -> "QRN-GRAV-017";
  "QRN-GRAV-021" -> "QRN-GRAV-020";
  "QRN-GRAV-022" -> "QRN-GRAV-021";
  "QRN-GRAV-023" -> "QRN-GRAV-018";
  "QRN-GRAV-023" -> "QRN-GRAV-022";
  "QRN-META-025" -> "QRN-GRAV-018";
  "QRN-META-025" -> "QRN-GRAV-019";
  "QRN-META-025" -> "QRN-GRAV-020";
  "QRN-META-025" -> "QRN-GRAV-021";
  "QRN-META-025" -> "QRN-GRAV-022";
  "QRN-META-025" -> "QRN-GRAV-023";
  "QRN-META-025" -> "QRN-META-024";
  "QRN-GRAV-025" -> "QRN-GRAV-024";
  "QRN-GRAV-026" -> "QRN-GRAV-025";
  "QRN-GRAV-027" -> "QRN-GRAV-025";
  "QRN-GRAV-027" -> "QRN-GRAV-026";
  "QRN-GRAV-028" -> "QRN-GRAV-025";
  "QRN-GRAV-029" -> "QRN-GRAV-024";
  "QRN-GRAV-029" -> "QRN-GRAV-025";
  "QRN-GRAV-029" -> "QRN-GRAV-026";
  "QRN-GRAV-029" -> "QRN-GRAV-027";
  "QRN-META-026" -> "QRN-GRAV-024";
  "QRN-META-026" -> "QRN-GRAV-025";
  "QRN-META-026" -> "QRN-GRAV-026";
  "QRN-META-026" -> "QRN-GRAV-027";
  "QRN-META-026" -> "QRN-GRAV-028";
  "QRN-META-026" -> "QRN-GRAV-029";
  "QRN-META-026" -> "QRN-META-025";
  "QRN-GRAV-030" -> "QRN-GRAV-025";
  "QRN-GRAV-030" -> "QRN-GRAV-026";
  "QRN-GRAV-030" -> "QRN-GRAV-027";
  "QRN-GRAV-031" -> "QRN-C0-007";
  "QRN-GRAV-032" -> "QRN-C0-007";
  "QRN-GRAV-032" -> "QRN-GRAV-031";
  "QRN-GRAV-033" -> "QRN-GRAV-030";
  "QRN-GRAV-033" -> "QRN-GRAV-031";
  "QRN-GRAV-033" -> "QRN-GRAV-032";
+   "QRN-GRAV-034" -> "QRN-C0-007";
+   "QRN-GRAV-034" -> "QRN-GRAV-031";
}
